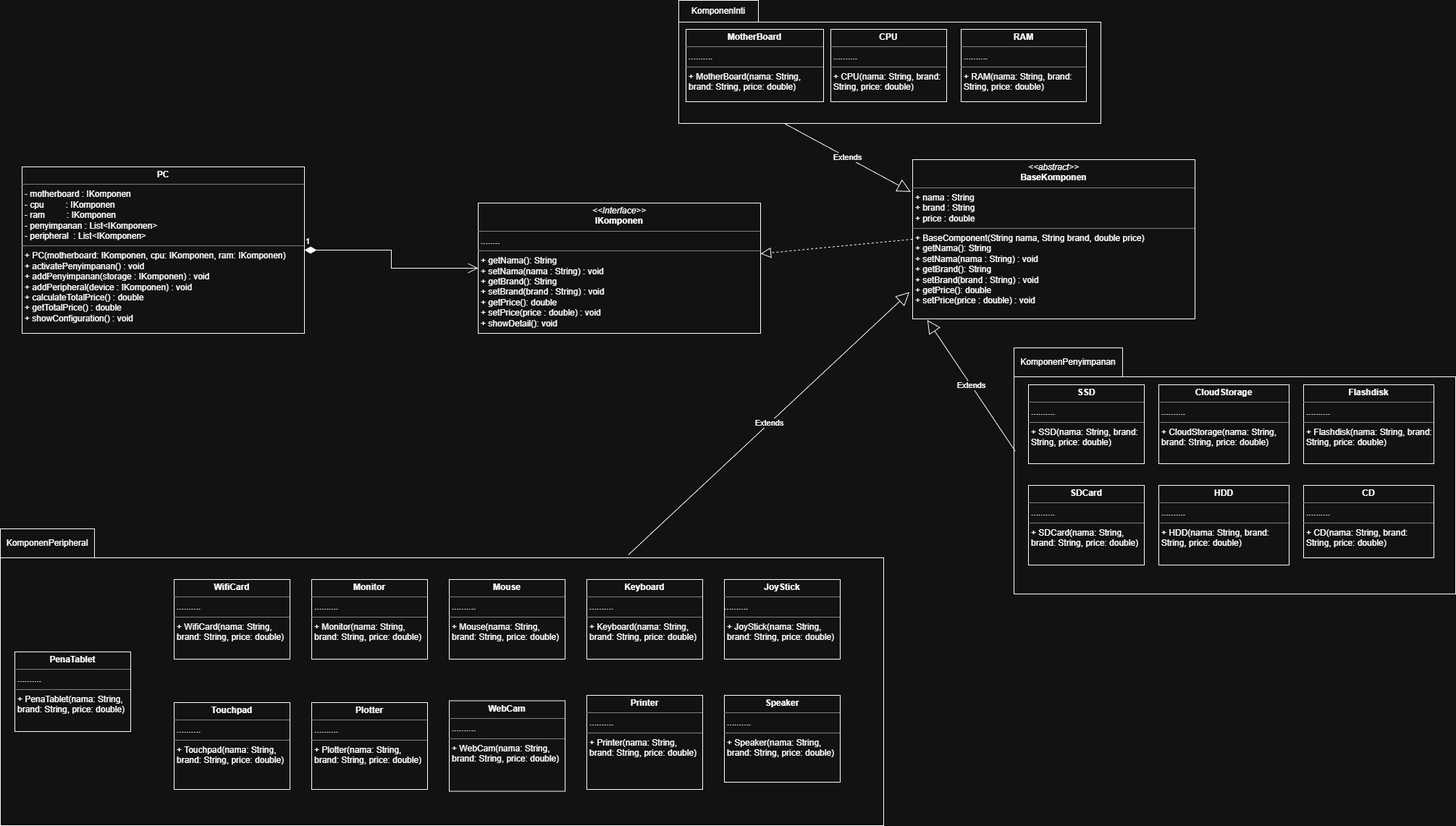
Above: images/UML Class Diagram.png in Dechiviel/PBO_PC-Case (draw.io), before the change. Source tidied: cells renumbered, new cells last; positions are measured from the earlier drawing's top-left corner, leaving out a move shared by most shapes.
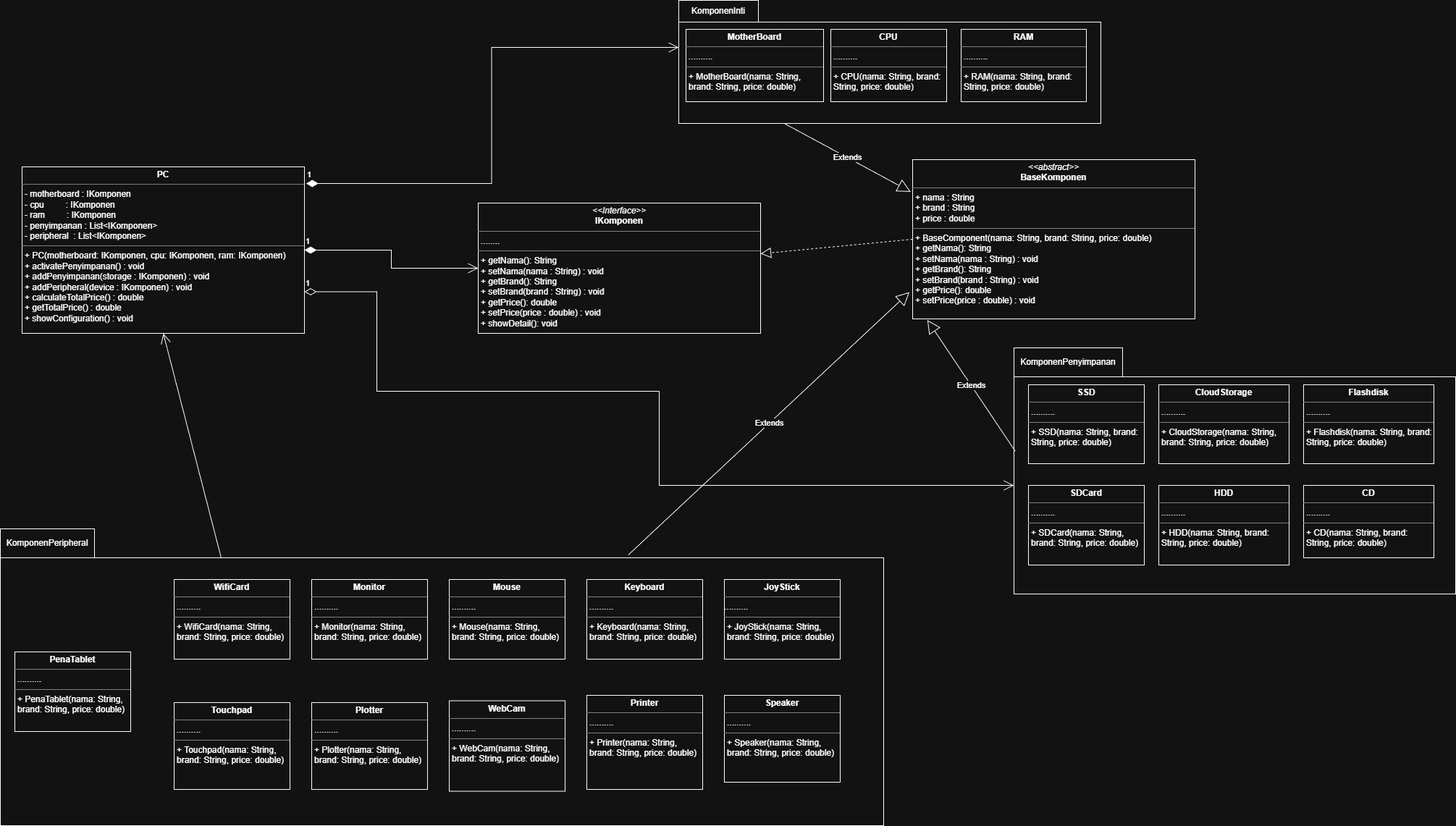
Above is the later version.

What changed in the source:
```diff
@@ -89,7 +89,7 @@
     <mxCell id="30" value="1" style="endArrow=open;html=1;endSize=12;startArrow=diamondThin;startSize=14;startFill=1;edgeStyle=orthogonalEdgeStyle;align=left;verticalAlign=bottom;rounded=0;entryX=0;entryY=0.5;entryDx=0;entryDy=0;exitX=1;exitY=0.5;exitDx=0;exitDy=0;" parent="1" edge="1" source="29" target="5">
       <mxGeometry x="-1" y="3" relative="1" as="geometry" />
     </mxCell>
-    <mxCell id="31" value="&lt;p style=&quot;margin:0px;margin-top:4px;text-align:center;&quot;&gt;&lt;i&gt;&amp;lt;&amp;lt;abstract&amp;gt;&amp;gt;&lt;/i&gt;&lt;br&gt;&lt;b&gt;BaseKomponen&lt;/b&gt;&lt;/p&gt;&lt;hr size=&quot;1&quot; style=&quot;border-style:solid;&quot;&gt;&lt;p style=&quot;margin:0px;margin-left:4px;&quot;&gt;+ nama : String&lt;/p&gt;&lt;p style=&quot;margin:0px;margin-left:4px;&quot;&gt;+ brand : String&lt;/p&gt;&lt;p style=&quot;margin:0px;margin-left:4px;&quot;&gt;+ price : double&lt;/p&gt;&lt;hr size=&quot;1&quot; style=&quot;border-style:solid;&quot;&gt;&lt;p style=&quot;margin:0px;margin-left:4px;&quot;&gt;+&amp;nbsp;BaseComponent(String nama, String brand, double price)&lt;/p&gt;&lt;p style=&quot;margin:0px;margin-left:4px;&quot;&gt;+ getNama(): String&lt;/p&gt;&lt;p style=&quot;margin:0px;margin-left:4px;&quot;&gt;+ setNama(nama : String) : void&lt;/p&gt;&lt;p style=&quot;margin:0px;margin-left:4px;&quot;&gt;+ getBrand(): String&lt;/p&gt;&lt;p style=&quot;margin:0px;margin-left:4px;&quot;&gt;+ setBrand(brand : String) : void&lt;/p&gt;&lt;p style=&quot;margin:0px;margin-left:4px;&quot;&gt;+ getPrice(): double&lt;/p&gt;&lt;p style=&quot;margin:0px;margin-left:4px;&quot;&gt;+ setPrice(price : double) : void&lt;/p&gt;" style="verticalAlign=top;align=left;overflow=fill;html=1;whiteSpace=wrap;" parent="1" vertex="1">
+    <mxCell id="31" value="&lt;p style=&quot;margin:0px;margin-top:4px;text-align:center;&quot;&gt;&lt;i&gt;&amp;lt;&amp;lt;abstract&amp;gt;&amp;gt;&lt;/i&gt;&lt;br&gt;&lt;b&gt;BaseKomponen&lt;/b&gt;&lt;/p&gt;&lt;hr size=&quot;1&quot; style=&quot;border-style:solid;&quot;&gt;&lt;p style=&quot;margin:0px;margin-left:4px;&quot;&gt;+ nama : String&lt;/p&gt;&lt;p style=&quot;margin:0px;margin-left:4px;&quot;&gt;+ brand : String&lt;/p&gt;&lt;p style=&quot;margin:0px;margin-left:4px;&quot;&gt;+ price : double&lt;/p&gt;&lt;hr size=&quot;1&quot; style=&quot;border-style:solid;&quot;&gt;&lt;p style=&quot;margin:0px;margin-left:4px;&quot;&gt;+&amp;nbsp;BaseComponent(nama: String, brand: String, price: double)&lt;/p&gt;&lt;p style=&quot;margin:0px;margin-left:4px;&quot;&gt;+ getNama(): String&lt;/p&gt;&lt;p style=&quot;margin:0px;margin-left:4px;&quot;&gt;+ setNama(nama : String) : void&lt;/p&gt;&lt;p style=&quot;margin:0px;margin-left:4px;&quot;&gt;+ getBrand(): String&lt;/p&gt;&lt;p style=&quot;margin:0px;margin-left:4px;&quot;&gt;+ setBrand(brand : String) : void&lt;/p&gt;&lt;p style=&quot;margin:0px;margin-left:4px;&quot;&gt;+ getPrice(): double&lt;/p&gt;&lt;p style=&quot;margin:0px;margin-left:4px;&quot;&gt;+ setPrice(price : double) : void&lt;/p&gt;" style="verticalAlign=top;align=left;overflow=fill;html=1;whiteSpace=wrap;" parent="1" vertex="1">
       <mxGeometry x="1260" y="220" width="390" height="220" as="geometry" />
     </mxCell>
     <mxCell id="32" style="endArrow=block;dashed=1;endFill=0;endSize=12;html=1;rounded=0;entryX=0.5;entryY=0;entryDx=0;entryDy=0;exitX=0;exitY=0.5;exitDx=0;exitDy=0;" parent="1" edge="1" source="31">
@@ -106,5 +106,21 @@
     <mxCell id="35" value="Extends" style="endArrow=block;endSize=16;endFill=0;html=1;rounded=0;entryX=-0.011;entryY=0.832;entryDx=0;entryDy=0;entryPerimeter=0;exitX=0.711;exitY=-0.011;exitDx=0;exitDy=0;exitPerimeter=0;" parent="1" edge="1" source="2" target="31">
       <mxGeometry relative="1" as="geometry" />
     </mxCell>
+    <mxCell id="36" value="1" style="endArrow=open;html=1;endSize=12;startArrow=diamondThin;startSize=14;startFill=1;edgeStyle=orthogonalEdgeStyle;align=left;verticalAlign=bottom;rounded=0;entryX=0;entryY=0.25;entryDx=0;entryDy=0;exitX=1.006;exitY=0.1;exitDx=0;exitDy=0;exitPerimeter=0;" parent="1" edge="1" source="29" target="4">
+      <mxGeometry x="-1" y="3" relative="1" as="geometry" />
+    </mxCell>
+    <mxCell id="37" value="1" style="endArrow=open;html=1;endSize=12;startArrow=diamondThin;startSize=14;startFill=0;edgeStyle=orthogonalEdgeStyle;align=left;verticalAlign=bottom;rounded=0;entryX=0;entryY=0.5;entryDx=0;entryDy=0;exitX=1;exitY=0.75;exitDx=0;exitDy=0;" parent="1" edge="1" source="29" target="3">
+      <mxGeometry x="-1" y="3" relative="1" as="geometry">
+        <Array as="points">
+          <mxPoint x="520" y="403" />
+          <mxPoint x="520" y="540" />
+          <mxPoint x="910" y="540" />
+          <mxPoint x="910" y="670" />
+        </Array>
+      </mxGeometry>
+    </mxCell>
+    <mxCell id="38" style="endArrow=open;endFill=1;endSize=12;html=1;rounded=0;entryX=0.5;entryY=1;entryDx=0;entryDy=0;exitX=0.25;exitY=0;exitDx=0;exitDy=0;" parent="1" edge="1" source="2" target="29">
+      <mxGeometry relative="1" as="geometry" />
+    </mxCell>
   </root>
 </mxGraphModel>
```
